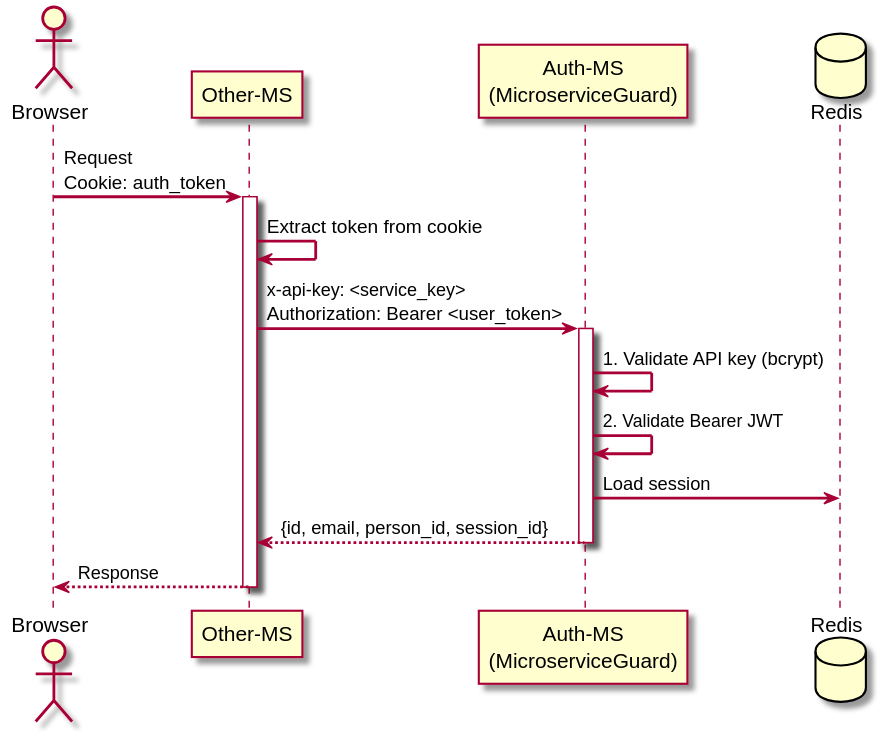
Above: docs/diagrams/images/README Inter-Service Auth.svg in Clinfy/Auth-Microservice (PlantUML), before the change.
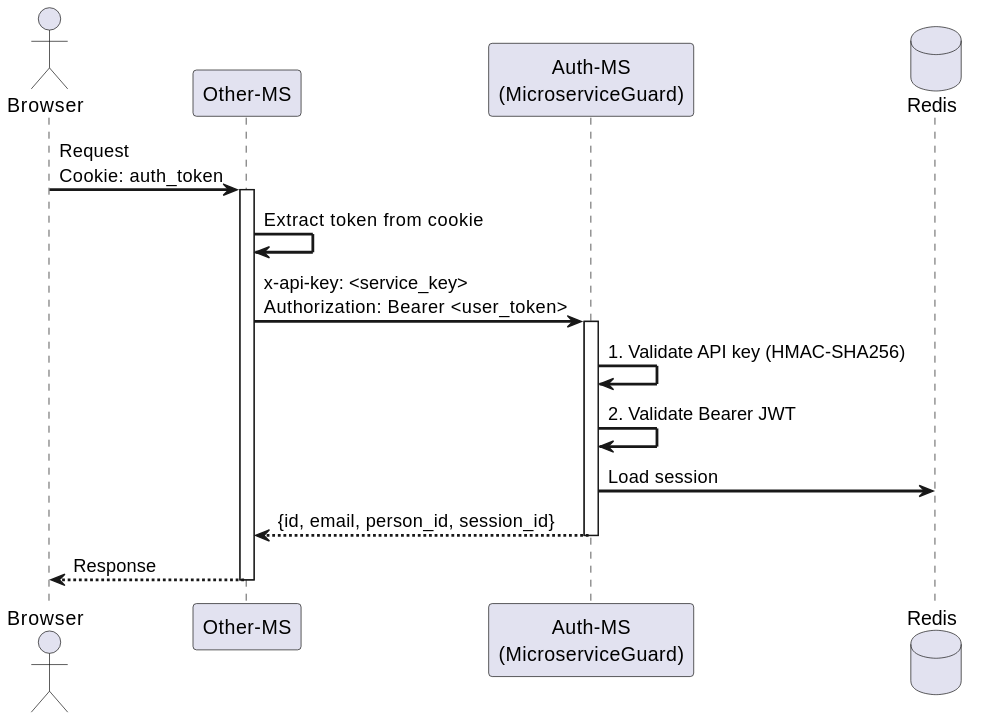
After the change.

Commit message:
Docs: update sequence diagrams for inter-service auth flow

- Replaced bcrypt-based API key validation with HMAC-SHA256.
- Updated Redis integration for session handling.
- Reflected changes in authentication flow and architecture diagrams.

What changed in the source:
```diff
@@ -1,4 +1,4 @@
-@startuml README Inter-Service Auth
+@startuml
 skinparam backgroundColor white
 skinparam sequenceArrowThickness 2
 
@@ -14,7 +14,7 @@
 
 other -> auth : x-api-key: <service_key>\nAuthorization: Bearer <user_token>
 activate auth
-auth -> auth : 1. Validate API key (bcrypt)
+auth -> auth : 1. Validate API key (HMAC-SHA256)
 auth -> auth : 2. Validate Bearer JWT
 auth -> redis : Load session
 auth --> other : {id, email, person_id, session_id}
```
